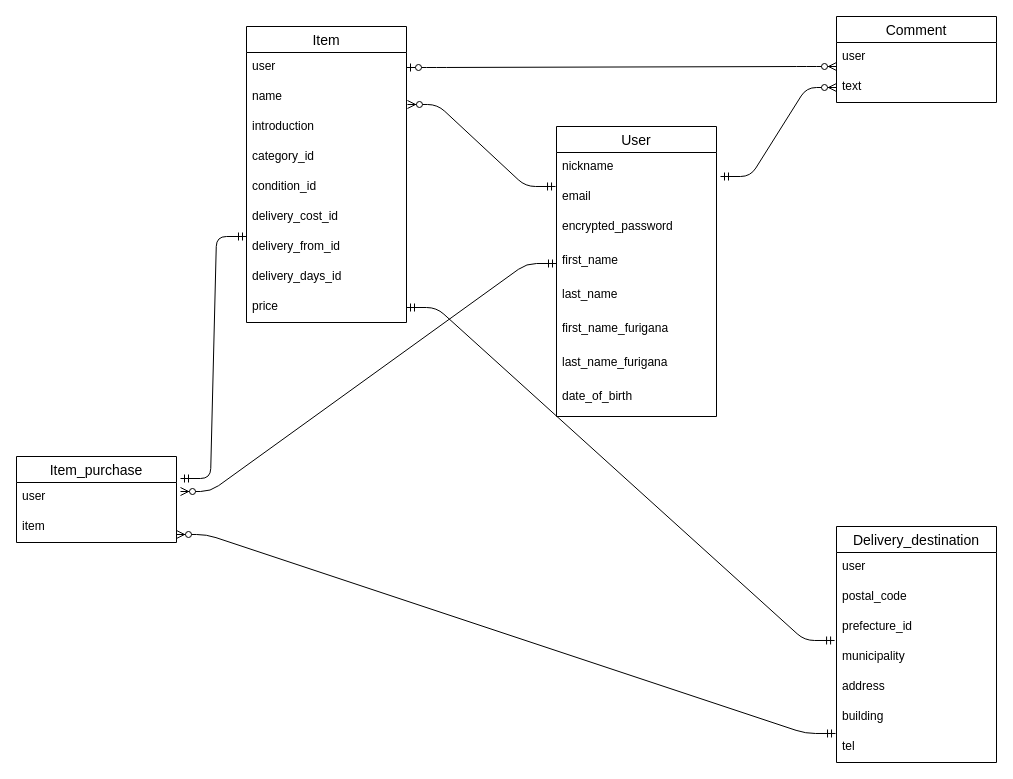
Before: test.dio in sohmama/furima-30978, a draw.io diagram. Source tidied: cells renumbered, new cells numbered last; positions are measured from the earlier drawing's top-left corner, leaving out a move shared by most shapes. Both pictures are drawn from the tidied source at 100%, with x=0, y=0 at pixel (16, 16).
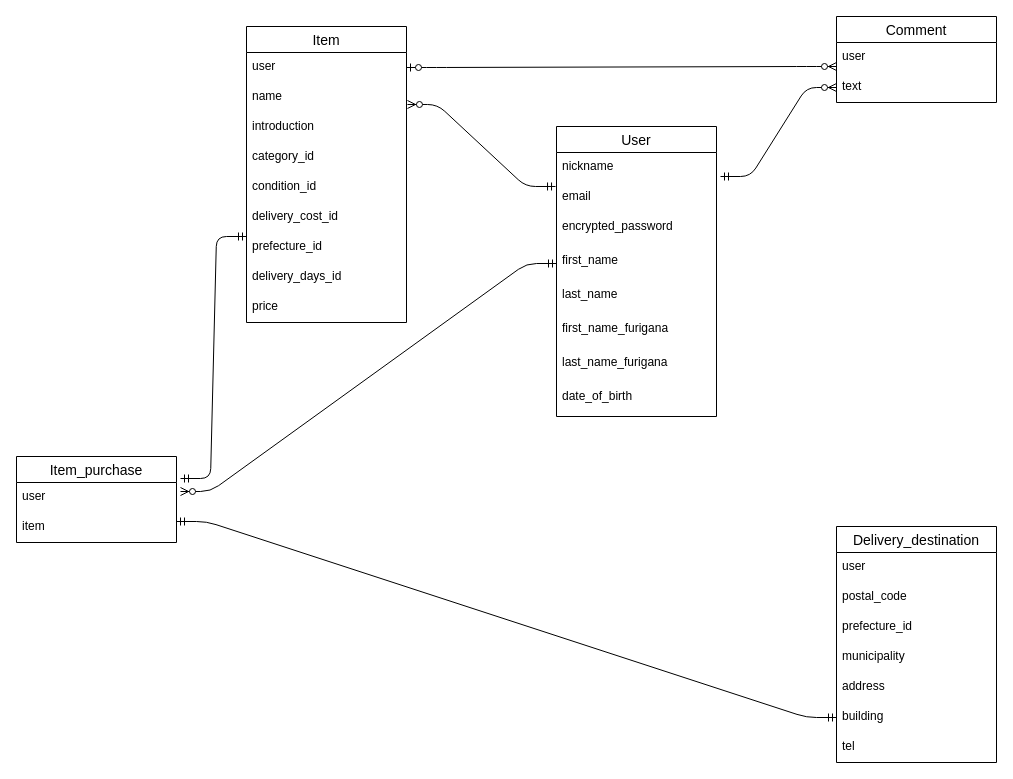
The same diagram, later.

Commit message (it also covers changes not shown here):
レビューに基づく修正3

The change refers to these unchanged cells:
```xml
<mxCell id="11" value="Item" style="swimlane;fontStyle=0;horizontal=1;startSize=26;align=center;fontSize=14;rounded=0;sketch=0;" parent="1" vertex="1">
  <mxGeometry x="230" y="10" width="160" height="296" as="geometry" />
</mxCell>
<mxCell id="20" value="price" style="text;strokeColor=none;fillColor=none;spacingLeft=4;spacingRight=4;overflow=hidden;points=[[0,0.5],[1,0.5]];portConstraint=eastwest;fontSize=12;" parent="11" vertex="1">
  <mxGeometry y="266" width="160" height="30" as="geometry" />
</mxCell>
<mxCell id="24" value="prefecture_id" style="text;strokeColor=none;fillColor=none;spacingLeft=4;spacingRight=4;overflow=hidden;points=[[0,0.5],[1,0.5]];portConstraint=eastwest;fontSize=12;" parent="21" vertex="1">
  <mxGeometry y="86" width="160" height="30" as="geometry" />
</mxCell>
<mxCell id="27" value="building" style="text;strokeColor=none;fillColor=none;spacingLeft=4;spacingRight=4;overflow=hidden;points=[[0,0.5],[1,0.5]];portConstraint=eastwest;fontSize=12;" parent="21" vertex="1">
  <mxGeometry y="176" width="160" height="30" as="geometry" />
</mxCell>
<mxCell id="28" value="tel" style="text;strokeColor=none;fillColor=none;spacingLeft=4;spacingRight=4;overflow=hidden;points=[[0,0.5],[1,0.5]];portConstraint=eastwest;fontSize=12;" parent="21" vertex="1">
  <mxGeometry y="206" width="160" height="30" as="geometry" />
</mxCell>
<mxCell id="38" value="item" style="text;strokeColor=none;fillColor=none;spacingLeft=4;spacingRight=4;overflow=hidden;points=[[0,0.5],[1,0.5]];portConstraint=eastwest;fontSize=12;" parent="36" vertex="1">
  <mxGeometry y="56" width="160" height="30" as="geometry" />
</mxCell>
```

Change to the diagram source:
```diff
@@
-    <mxCell id="18" value="delivery_from_id" style="text;strokeColor=none;fillColor=none;spacingLeft=4;spacingRight=4;overflow=hidden;fontSize=12;" parent="11" vertex="1">
+    <mxCell id="18" value="prefecture_id" style="text;strokeColor=none;fillColor=none;spacingLeft=4;spacingRight=4;overflow=hidden;fontSize=12;" parent="11" vertex="1">
       <mxGeometry y="206" width="160" height="30" as="geometry" />
     </mxCell>
@@
-    <mxCell id="33" style="edgeStyle=entityRelationEdgeStyle;fontSize=12;html=1;endArrow=ERmandOne;startArrow=ERmandOne;entryX=1;entryY=0.5;entryDx=0;entryDy=0;exitX=-0.012;exitY=0.933;exitDx=0;exitDy=0;exitPerimeter=0;" parent="1" edge="1" source="24" target="20">
-      <mxGeometry relative="1" as="geometry" />
-    </mxCell>
@@
-    <mxCell id="41" style="edgeStyle=entityRelationEdgeStyle;fontSize=12;html=1;endArrow=ERzeroToMany;startArrow=ERmandOne;entryX=1;entryY=0.733;entryDx=0;entryDy=0;entryPerimeter=0;exitX=-0.006;exitY=0.033;exitDx=0;exitDy=0;exitPerimeter=0;" parent="1" edge="1" source="28" target="38">
+    <mxCell id="41" style="edgeStyle=entityRelationEdgeStyle;fontSize=12;html=1;endArrow=ERmandOne;startArrow=ERmandOne;entryX=0;entryY=0.5;entryDx=0;entryDy=0;exitX=1;exitY=0.3;exitDx=0;exitDy=0;exitPerimeter=0;" parent="1" edge="1" source="38" target="27">
       <mxGeometry relative="1" as="geometry" />
     </mxCell>
```
